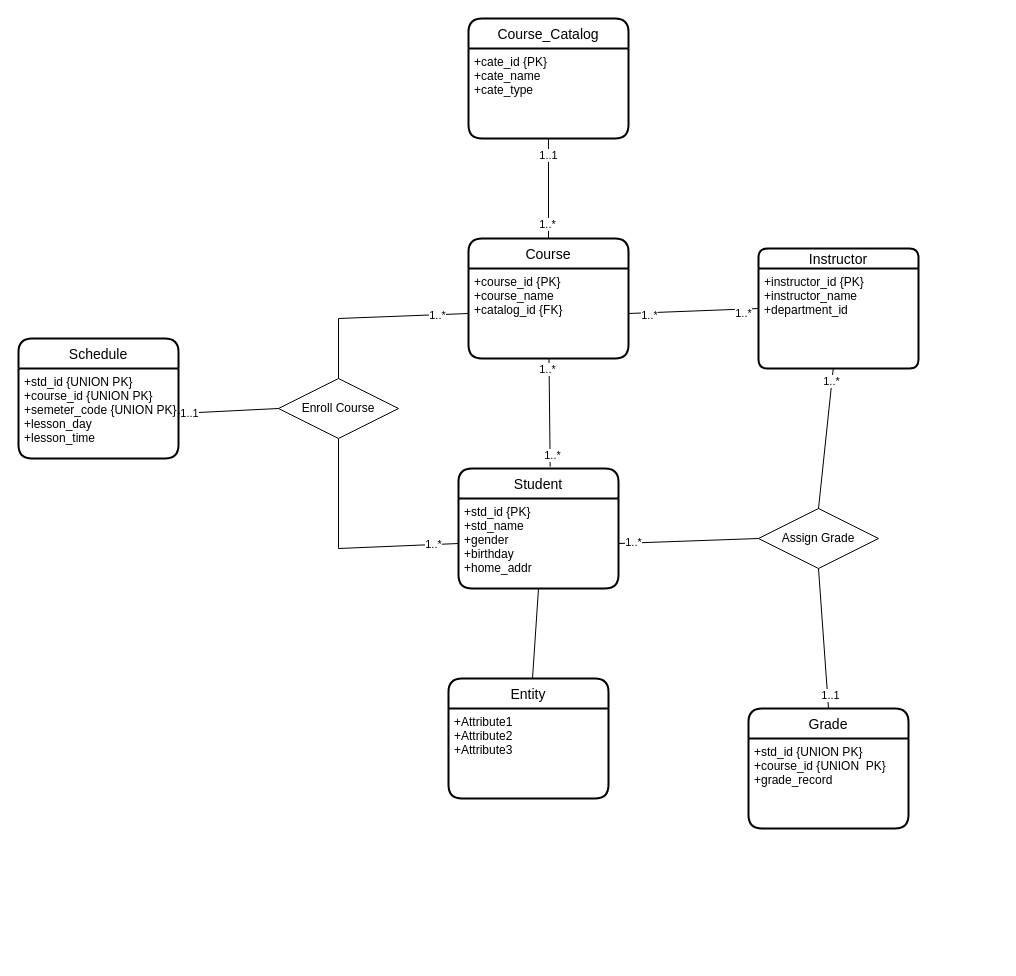
Earlier version of the draw.io diagram page "第 2 页" (2 of 2) of 未命名绘图2.drawio (bincute/iAmReadingBook). Source tidied: cells renumbered, new cells numbered last; positions are measured from the earlier drawing's top-left corner, leaving out a move shared by most shapes. Both pictures are drawn from the tidied source at 100%, with x=0, y=0 at pixel (18, 18).
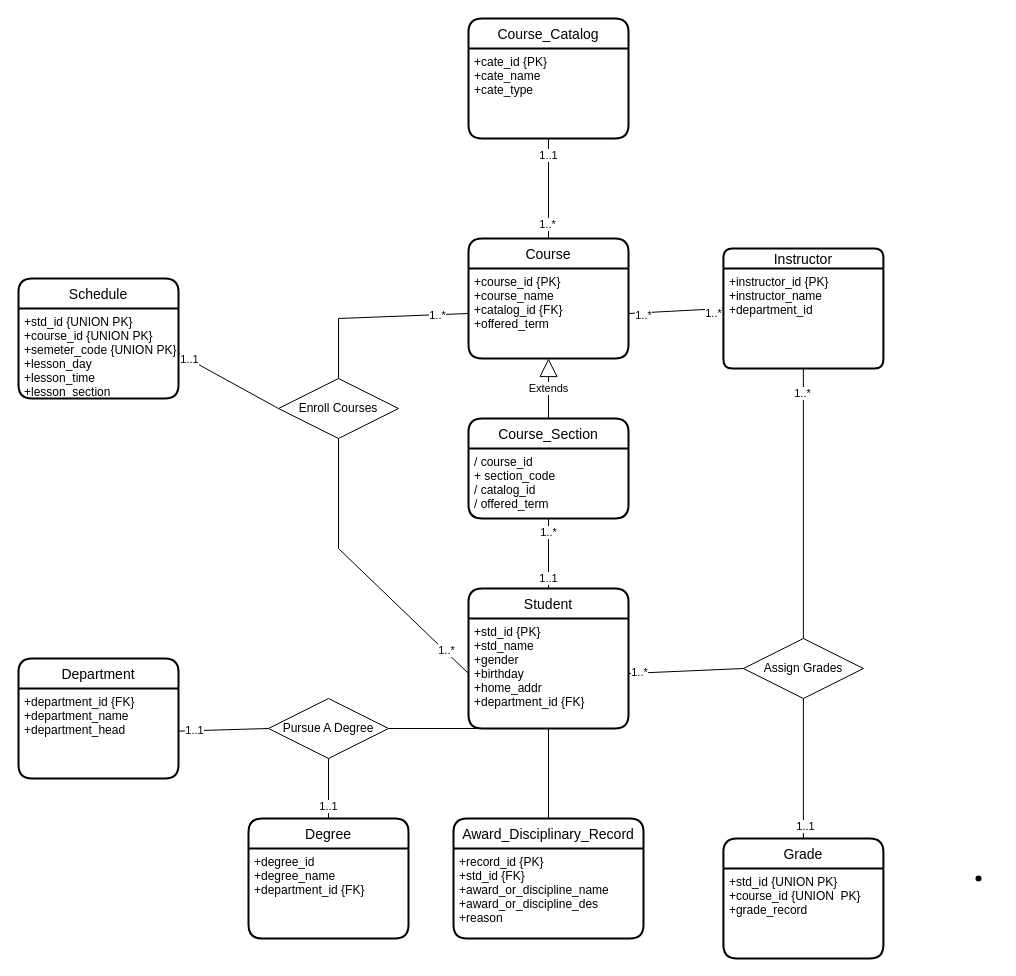
The same diagram, later.

Commit message:
更新未命名绘图2.drawio

The change refers to these unchanged cells:
```xml
<mxCell id="2" value="Course" style="swimlane;horizontal=1;startSize=30;rounded=1;fontSize=14;fontStyle=0;strokeWidth=2;shadow=0;dashed=0;align=center;" parent="1" vertex="1">
  <mxGeometry x="450" y="220" width="160" height="120" as="geometry" />
</mxCell>
```

What changed in the source:
```diff
@@
-    <mxCell id="3" value="+course_id {PK}&#10;+course_name&#10;+catalog_id {FK}" style="align=left;strokeColor=none;fillColor=none;spacingLeft=4;fontSize=12;verticalAlign=top;" parent="2" vertex="1">
+    <mxCell id="3" value="+course_id {PK}&#10;+course_name&#10;+catalog_id {FK}&#10;+offered_term" style="align=left;strokeColor=none;fillColor=none;spacingLeft=4;fontSize=12;verticalAlign=top;" parent="2" vertex="1">
       <mxGeometry y="30" width="160" height="90" as="geometry" />
     </mxCell>
     <mxCell id="4" value="Student" style="swimlane;horizontal=1;startSize=30;rounded=1;fontSize=14;fontStyle=0;strokeWidth=2;shadow=0;dashed=0;align=center;" parent="1" vertex="1">
-      <mxGeometry x="440" y="450" width="160" height="120" as="geometry" />
+      <mxGeometry x="450" y="570" width="160" height="140" as="geometry" />
     </mxCell>
-    <mxCell id="5" value="+std_id {PK}&#10;+std_name&#10;+gender&#10;+birthday&#10;+home_addr" style="align=left;strokeColor=none;fillColor=none;spacingLeft=4;fontSize=12;verticalAlign=top;" parent="4" vertex="1">
-      <mxGeometry y="30" width="160" height="90" as="geometry" />
+    <mxCell id="5" value="+std_id {PK}&#10;+std_name&#10;+gender&#10;+birthday&#10;+home_addr&#10;+department_id {FK}" style="align=left;strokeColor=none;fillColor=none;spacingLeft=4;fontSize=12;verticalAlign=top;" parent="4" vertex="1">
+      <mxGeometry y="30" width="160" height="110" as="geometry" />
     </mxCell>
-    <mxCell id="6" style="rounded=0;jettySize=auto;html=1;exitX=0.573;exitY=-0.015;exitDx=0;exitDy=0;verticalAlign=top;endArrow=none;endFill=0;exitPerimeter=0;" parent="1" edge="1" source="4" target="3">
-      <mxGeometry relative="1" as="geometry" />
-    </mxCell>
-    <mxCell id="7" value="1..*" style="edgeLabel;html=1;align=center;verticalAlign=middle;" parent="6" vertex="1">
-      <mxGeometry x="-0.77" y="-2" relative="1" as="geometry" />
-    </mxCell>
-    <mxCell id="8" value="1..*" style="edgeLabel;html=1;align=center;verticalAlign=middle;" parent="6" vertex="1">
-      <mxGeometry x="0.81" y="2" relative="1" as="geometry" />
-    </mxCell>
     <mxCell id="9" value="Instructor" style="swimlane;horizontal=1;startSize=20;rounded=1;fontSize=14;fontStyle=0;strokeWidth=2;shadow=0;dashed=0;align=center;" parent="1" vertex="1">
-      <mxGeometry x="740" y="230" width="160" height="120" as="geometry" />
+      <mxGeometry x="704.9" y="230" width="160" height="120" as="geometry" />
     </mxCell>
@@
-    <mxCell id="16" value="Assign Grade" style="shape=rhombus;perimeter=rhombusPerimeter;whiteSpace=wrap;html=1;align=center;" parent="1" vertex="1">
-      <mxGeometry x="740" y="490" width="120" height="60" as="geometry" />
+    <mxCell id="16" value="Assign Grades" style="shape=rhombus;perimeter=rhombusPerimeter;whiteSpace=wrap;html=1;align=center;" parent="1" vertex="1">
+      <mxGeometry x="724.9" y="620" width="120" height="60" as="geometry" />
     </mxCell>
@@
     <mxCell id="21" value="Grade" style="swimlane;horizontal=1;startSize=30;rounded=1;fontSize=14;fontStyle=0;strokeWidth=2;shadow=0;dashed=0;align=center;" parent="1" vertex="1">
-      <mxGeometry x="730" y="690" width="160" height="120" as="geometry" />
+      <mxGeometry x="704.9" y="820" width="160" height="120" as="geometry" />
     </mxCell>
@@
-    <mxCell id="32" value="Enroll Course" style="shape=rhombus;perimeter=rhombusPerimeter;whiteSpace=wrap;html=1;align=center;" parent="1" vertex="1">
+    <mxCell id="32" value="Enroll Courses" style="shape=rhombus;perimeter=rhombusPerimeter;whiteSpace=wrap;html=1;align=center;" parent="1" vertex="1">
       <mxGeometry x="260" y="360" width="120" height="60" as="geometry" />
     </mxCell>
     <mxCell id="33" value="Schedule" style="swimlane;horizontal=1;startSize=30;rounded=1;fontSize=14;fontStyle=0;strokeWidth=2;shadow=0;dashed=0;align=center;" parent="1" vertex="1">
-      <mxGeometry y="320" width="160" height="120" as="geometry" />
+      <mxGeometry y="260" width="160" height="120" as="geometry" />
     </mxCell>
-    <mxCell id="34" value="+std_id {UNION PK}&#10;+course_id {UNION PK}&#10;+semeter_code {UNION PK}&#10;+lesson_day&#10;+lesson_time&#10;" style="align=left;strokeColor=none;fillColor=none;spacingLeft=4;fontSize=12;verticalAlign=top;" parent="33" vertex="1">
+    <mxCell id="34" value="+std_id {UNION PK}&#10;+course_id {UNION PK}&#10;+semeter_code {UNION PK}&#10;+lesson_day&#10;+lesson_time&#10;+lesson_section&#10;" style="align=left;strokeColor=none;fillColor=none;spacingLeft=4;fontSize=12;verticalAlign=top;" parent="33" vertex="1">
       <mxGeometry y="30" width="160" height="90" as="geometry" />
     </mxCell>
@@
-    <mxCell id="37" value="Entity" style="swimlane;horizontal=1;startSize=30;rounded=1;fontSize=14;fontStyle=0;strokeWidth=2;shadow=0;dashed=0;align=center;" parent="1" vertex="1">
-      <mxGeometry x="430" y="660" width="160" height="120" as="geometry" />
+    <mxCell id="37" value="Award_Disciplinary_Record" style="swimlane;horizontal=1;startSize=30;rounded=1;fontSize=14;fontStyle=0;strokeWidth=2;shadow=0;dashed=0;align=center;" parent="1" vertex="1">
+      <mxGeometry x="435" y="800" width="190" height="120" as="geometry" />
     </mxCell>
-    <mxCell id="38" value="+Attribute1&#10;+Attribute2&#10;+Attribute3" style="align=left;strokeColor=none;fillColor=none;spacingLeft=4;fontSize=12;verticalAlign=top;" parent="37" vertex="1">
-      <mxGeometry y="30" width="160" height="90" as="geometry" />
+    <mxCell id="38" value="+record_id {PK}&#10;+std_id {FK}&#10;+award_or_discipline_name&#10;+award_or_discipline_des&#10;+reason" style="align=left;strokeColor=none;fillColor=none;spacingLeft=4;fontSize=12;verticalAlign=top;" parent="37" vertex="1">
+      <mxGeometry y="30" width="190" height="90" as="geometry" />
     </mxCell>
@@
+    <mxCell id="40" style="shape=waypoint;sketch=0;size=6;fillColor=none;perimeter=centerPerimeter;" parent="1" vertex="1">
+      <mxGeometry x="940" y="840" width="40" height="40" as="geometry" />
+    </mxCell>
+    <mxCell id="41" value="Degree" style="swimlane;horizontal=1;startSize=30;rounded=1;fontSize=14;fontStyle=0;strokeWidth=2;shadow=0;dashed=0;align=center;" parent="1" vertex="1">
+      <mxGeometry x="230" y="800" width="160" height="120" as="geometry" />
+    </mxCell>
+    <mxCell id="42" value="+degree_id&#10;+degree_name&#10;+department_id {FK}" style="align=left;strokeColor=none;fillColor=none;spacingLeft=4;fontSize=12;verticalAlign=top;" parent="41" vertex="1">
+      <mxGeometry y="30" width="160" height="90" as="geometry" />
+    </mxCell>
+    <mxCell id="43" value="Department" style="swimlane;horizontal=1;startSize=30;rounded=1;fontSize=14;fontStyle=0;strokeWidth=2;shadow=0;dashed=0;align=center;" parent="1" vertex="1">
+      <mxGeometry y="640" width="160" height="120" as="geometry" />
+    </mxCell>
+    <mxCell id="44" value="+department_id {FK}&#10;+department_name&#10;+department_head" style="align=left;strokeColor=none;fillColor=none;spacingLeft=4;fontSize=12;verticalAlign=top;" parent="43" vertex="1">
+      <mxGeometry y="30" width="160" height="90" as="geometry" />
+    </mxCell>
+    <mxCell id="45" style="edgeStyle=none;rounded=0;jettySize=auto;html=1;exitX=1;exitY=0.5;exitDx=0;exitDy=0;entryX=0.25;entryY=1;entryDx=0;entryDy=0;endArrow=none;endFill=0;" parent="1" edge="1" source="50" target="5">
+      <mxGeometry relative="1" as="geometry">
+        <Array as="points">
+          <mxPoint x="460" y="710" />
+        </Array>
+      </mxGeometry>
+    </mxCell>
+    <mxCell id="46" style="edgeStyle=none;rounded=0;jettySize=auto;html=1;exitX=0;exitY=0.5;exitDx=0;exitDy=0;endArrow=none;endFill=0;" parent="1" edge="1" source="50" target="44">
+      <mxGeometry relative="1" as="geometry" />
+    </mxCell>
+    <mxCell id="47" value="1..1" style="edgeLabel;html=1;align=center;verticalAlign=middle;" parent="46" vertex="1">
+      <mxGeometry x="0.67" y="-1" relative="1" as="geometry" />
+    </mxCell>
+    <mxCell id="48" style="edgeStyle=none;rounded=0;jettySize=auto;html=1;exitX=0.5;exitY=1;exitDx=0;exitDy=0;endArrow=none;endFill=0;" parent="1" edge="1" source="50" target="41">
+      <mxGeometry relative="1" as="geometry" />
+    </mxCell>
+    <mxCell id="49" value="1..1" style="edgeLabel;html=1;align=center;verticalAlign=middle;" parent="48" vertex="1">
+      <mxGeometry x="0.58" y="-1" relative="1" as="geometry" />
+    </mxCell>
+    <mxCell id="50" value="Pursue A Degree" style="shape=rhombus;perimeter=rhombusPerimeter;whiteSpace=wrap;html=1;align=center;" parent="1" vertex="1">
+      <mxGeometry x="250" y="680" width="120" height="60" as="geometry" />
+    </mxCell>
+    <mxCell id="51" value="Course_Section" style="swimlane;horizontal=1;startSize=30;rounded=1;fontSize=14;fontStyle=0;strokeWidth=2;shadow=0;dashed=0;align=center;" parent="1" vertex="1">
+      <mxGeometry x="450" y="400" width="160" height="100" as="geometry" />
+    </mxCell>
+    <mxCell id="52" value="/ course_id&#10;+ section_code&#10;/ catalog_id&#10;/ offered_term" style="align=left;strokeColor=none;fillColor=none;spacingLeft=4;fontSize=12;verticalAlign=top;" parent="51" vertex="1">
+      <mxGeometry y="30" width="160" height="70" as="geometry" />
+    </mxCell>
+    <mxCell id="53" value="Extends" style="endArrow=block;endSize=16;endFill=0;html=1;rounded=0;entryX=0.5;entryY=1;entryDx=0;entryDy=0;" parent="1" edge="1" source="51" target="3">
+      <mxGeometry relative="1" as="geometry" />
+    </mxCell>
+    <mxCell id="54" style="edgeStyle=none;rounded=0;jettySize=auto;html=1;endArrow=none;endFill=0;" parent="1" edge="1" target="52">
+      <mxGeometry relative="1" as="geometry">
+        <mxPoint x="530" y="570" as="sourcePoint" />
+      </mxGeometry>
+    </mxCell>
+    <mxCell id="55" value="1..*" style="edgeLabel;html=1;align=center;verticalAlign=middle;" parent="54" vertex="1">
+      <mxGeometry x="0.63" y="1" relative="1" as="geometry" />
+    </mxCell>
+    <mxCell id="56" value="1..1" style="edgeLabel;html=1;align=center;verticalAlign=middle;" parent="54" vertex="1">
+      <mxGeometry x="-0.69" y="1" relative="1" as="geometry" />
+    </mxCell>
```
